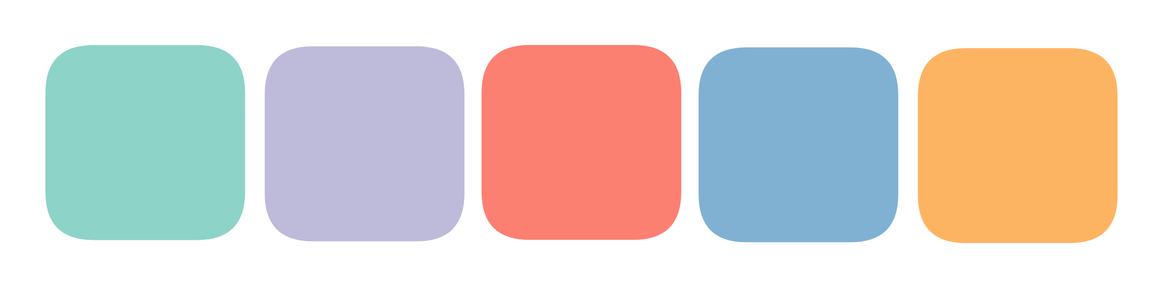
The Excalidraw diagram .gitbook/assets/file.excalidraw.svg in SamLee-dedeboy/VisEngineeringGuide, before a commit. Source tidied: one line per element, renumbered; positions are measured from the earlier drawing's top-left corner, leaving out a move shared by most shapes. The source it was exported from:
```json
{"id": 0, "type": "rectangle", "strokeColor": "transparent", "backgroundColor": "#8dd3c7", "fillStyle": "solid", "strokeWidth": 2, "roughness": 0, "round": true, "x": 0, "y": 0, "width": 133, "height": 130}
{"id": 1, "type": "rectangle", "strokeColor": "transparent", "backgroundColor": "#bebada", "fillStyle": "solid", "strokeWidth": 2, "roughness": 0, "round": true, "x": 146, "y": 1, "width": 133, "height": 130}
{"id": 2, "type": "rectangle", "strokeColor": "transparent", "backgroundColor": "#fb8072", "fillStyle": "solid", "strokeWidth": 2, "roughness": 0, "round": true, "x": 291, "y": 0, "width": 133, "height": 130}
{"id": 3, "type": "rectangle", "strokeColor": "transparent", "backgroundColor": "#80b1d3", "fillStyle": "solid", "strokeWidth": 2, "roughness": 0, "round": true, "x": 436, "y": 2, "width": 133, "height": 130}
{"id": 4, "type": "rectangle", "strokeColor": "transparent", "backgroundColor": "#fdb462", "fillStyle": "solid", "strokeWidth": 2, "roughness": 0, "round": true, "x": 582, "y": 2, "width": 133, "height": 130}
```
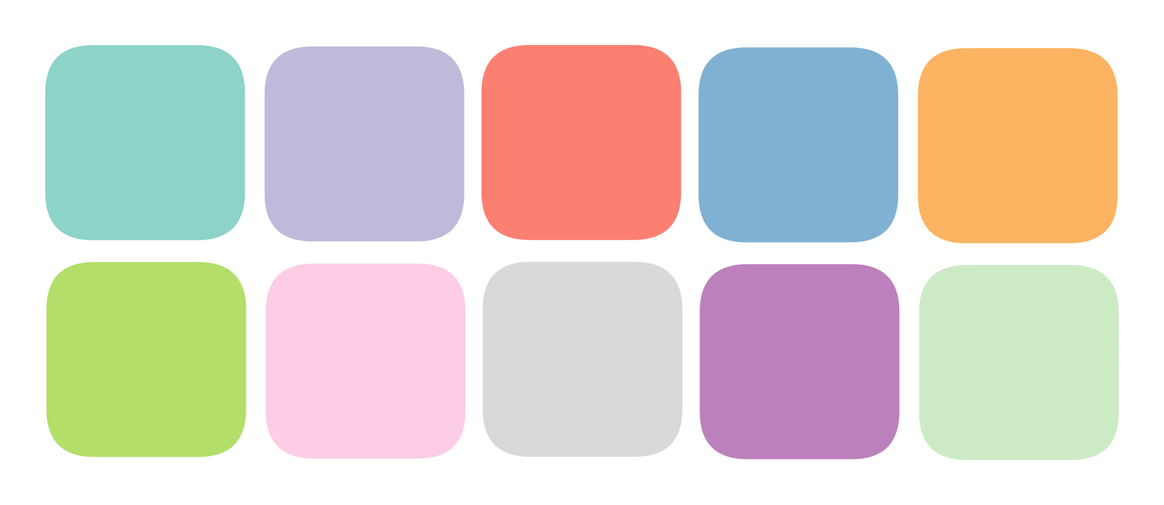
The same file after the commit.

Commit message:
GITBOOK-5: No subject

Change to the diagram source:
```diff
@@ -3,3 +3,8 @@
 {"id": 2, "type": "rectangle", "strokeColor": "transparent", "backgroundColor": "#fb8072", "fillStyle": "solid", "strokeWidth": 2, "roughness": 0, "round": true, "x": 291, "y": 0, "width": 133, "height": 130}
 {"id": 3, "type": "rectangle", "strokeColor": "transparent", "backgroundColor": "#80b1d3", "fillStyle": "solid", "strokeWidth": 2, "roughness": 0, "round": true, "x": 436, "y": 2, "width": 133, "height": 130}
 {"id": 4, "type": "rectangle", "strokeColor": "transparent", "backgroundColor": "#fdb462", "fillStyle": "solid", "strokeWidth": 2, "roughness": 0, "round": true, "x": 582, "y": 2, "width": 133, "height": 130}
+{"id": 5, "type": "rectangle", "strokeColor": "transparent", "backgroundColor": "#b3de69", "fillStyle": "solid", "strokeWidth": 2, "roughness": 0, "round": true, "x": 1, "y": 145, "width": 133, "height": 130}
+{"id": 6, "type": "rectangle", "strokeColor": "transparent", "backgroundColor": "#fccde5", "fillStyle": "solid", "strokeWidth": 2, "roughness": 0, "round": true, "x": 147, "y": 146, "width": 133, "height": 130}
+{"id": 7, "type": "rectangle", "strokeColor": "transparent", "backgroundColor": "#d9d9d9", "fillStyle": "solid", "strokeWidth": 2, "roughness": 0, "round": true, "x": 292, "y": 145, "width": 133, "height": 130}
+{"id": 8, "type": "rectangle", "strokeColor": "transparent", "backgroundColor": "#bc80bd", "fillStyle": "solid", "strokeWidth": 2, "roughness": 0, "round": true, "x": 437, "y": 146, "width": 133, "height": 130}
+{"id": 9, "type": "rectangle", "strokeColor": "transparent", "backgroundColor": "#ccebc5", "fillStyle": "solid", "strokeWidth": 2, "roughness": 0, "round": true, "x": 583, "y": 147, "width": 133, "height": 130}
```
